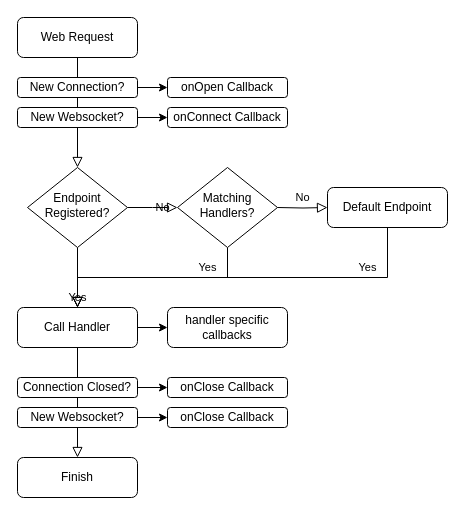
hoeken/PsychicHttp keeps this draw.io diagram as request flow.drawio. Above is the earlier version. Source tidied: cells renumbered, new cells numbered last; positions are measured from the earlier drawing's top-left corner, leaving out a move shared by most shapes. Both pictures are drawn from the tidied source at 100%, with x=0, y=0 at pixel (17, 17).
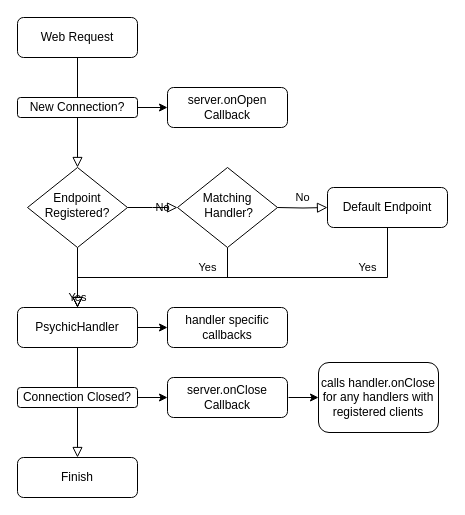
The same diagram, later.

Commit message (it also covers changes not shown here):
first step on the handler framework

Diff of the diagram source:
```diff
@@
-    <mxCell id="8" value="Call Handler" style="rounded=1;whiteSpace=wrap;html=1;fontSize=12;glass=0;strokeWidth=1;shadow=0;" parent="1" vertex="1">
+    <mxCell id="8" value="PsychicHandler" style="rounded=1;whiteSpace=wrap;html=1;fontSize=12;glass=0;strokeWidth=1;shadow=0;" parent="1" vertex="1">
       <mxGeometry y="290" width="120" height="40" as="geometry" />
     </mxCell>
@@
-    <mxCell id="10" value="Matching Handlers?" style="rhombus;whiteSpace=wrap;html=1;shadow=0;fontFamily=Helvetica;fontSize=12;align=center;strokeWidth=1;spacing=6;spacingTop=-4;" parent="1" vertex="1">
+    <mxCell id="10" value="Matching&lt;br&gt;&amp;nbsp;Handler?" style="rhombus;whiteSpace=wrap;html=1;shadow=0;fontFamily=Helvetica;fontSize=12;align=center;strokeWidth=1;spacing=6;spacingTop=-4;" parent="1" vertex="1">
       <mxGeometry x="160" y="150" width="100" height="80" as="geometry" />
     </mxCell>
@@
     <mxCell id="14" value="New Connection?" style="rounded=1;whiteSpace=wrap;html=1;fontSize=12;glass=0;strokeWidth=1;shadow=0;" parent="1" vertex="1">
-      <mxGeometry y="60" width="120" height="20" as="geometry" />
+      <mxGeometry y="80" width="120" height="20" as="geometry" />
     </mxCell>
-    <mxCell id="15" value="onOpen Callback" style="rounded=1;whiteSpace=wrap;html=1;fontSize=12;glass=0;strokeWidth=1;shadow=0;" parent="1" vertex="1">
-      <mxGeometry x="150" y="60" width="120" height="20" as="geometry" />
+    <mxCell id="15" value="server.onOpen Callback" style="rounded=1;whiteSpace=wrap;html=1;fontSize=12;glass=0;strokeWidth=1;shadow=0;" parent="1" vertex="1">
+      <mxGeometry x="150" y="70" width="120" height="40" as="geometry" />
     </mxCell>
@@
-    <mxCell id="17" value="New Websocket?" style="rounded=1;whiteSpace=wrap;html=1;fontSize=12;glass=0;strokeWidth=1;shadow=0;" parent="1" vertex="1">
-      <mxGeometry y="90" width="120" height="20" as="geometry" />
-    </mxCell>
-    <mxCell id="18" value="onConnect Callback" style="rounded=1;whiteSpace=wrap;html=1;fontSize=12;glass=0;strokeWidth=1;shadow=0;" parent="1" vertex="1">
-      <mxGeometry x="150" y="90" width="120" height="20" as="geometry" />
-    </mxCell>
-    <mxCell id="19" style="endArrow=classic;html=1;rounded=0;exitX=1;exitY=0.5;exitDx=0;exitDy=0;entryX=0;entryY=0.5;entryDx=0;entryDy=0;" parent="1" edge="1" source="17" target="18">
-      <mxGeometry relative="1" as="geometry" />
-    </mxCell>
     <mxCell id="20" value="Connection Closed?" style="rounded=1;whiteSpace=wrap;html=1;fontSize=12;glass=0;strokeWidth=1;shadow=0;" parent="1" vertex="1">
-      <mxGeometry y="360" width="120" height="20" as="geometry" />
+      <mxGeometry y="370" width="120" height="20" as="geometry" />
     </mxCell>
-    <mxCell id="21" value="onClose Callback" style="rounded=1;whiteSpace=wrap;html=1;fontSize=12;glass=0;strokeWidth=1;shadow=0;" parent="1" vertex="1">
-      <mxGeometry x="150" y="360" width="120" height="20" as="geometry" />
+    <mxCell id="21" value="server.onClose&lt;br&gt;Callback" style="rounded=1;whiteSpace=wrap;html=1;fontSize=12;glass=0;strokeWidth=1;shadow=0;" parent="1" vertex="1">
+      <mxGeometry x="150" y="360" width="120" height="40" as="geometry" />
     </mxCell>
@@
-    <mxCell id="23" value="New Websocket?" style="rounded=1;whiteSpace=wrap;html=1;fontSize=12;glass=0;strokeWidth=1;shadow=0;" parent="1" vertex="1">
-      <mxGeometry y="390" width="120" height="20" as="geometry" />
-    </mxCell>
-    <mxCell id="24" value="onClose Callback" style="rounded=1;whiteSpace=wrap;html=1;fontSize=12;glass=0;strokeWidth=1;shadow=0;" parent="1" vertex="1">
-      <mxGeometry x="150" y="390" width="120" height="20" as="geometry" />
-    </mxCell>
-    <mxCell id="25" style="endArrow=classic;html=1;rounded=0;exitX=1;exitY=0.5;exitDx=0;exitDy=0;entryX=0;entryY=0.5;entryDx=0;entryDy=0;" parent="1" edge="1" source="23" target="24">
-      <mxGeometry relative="1" as="geometry" />
-    </mxCell>
@@
+    <mxCell id="29" value="calls handler.onClose&lt;br&gt;for any handlers with registered clients" style="rounded=1;whiteSpace=wrap;html=1;fontSize=12;glass=0;strokeWidth=1;shadow=0;" parent="1" vertex="1">
+      <mxGeometry x="301" y="345" width="120" height="70" as="geometry" />
+    </mxCell>
+    <mxCell id="30" style="endArrow=classic;html=1;rounded=0;entryX=0;entryY=0.5;entryDx=0;entryDy=0;" parent="1" edge="1" target="29">
+      <mxGeometry relative="1" as="geometry">
+        <mxPoint x="271" y="380" as="sourcePoint" />
+      </mxGeometry>
+    </mxCell>
```
